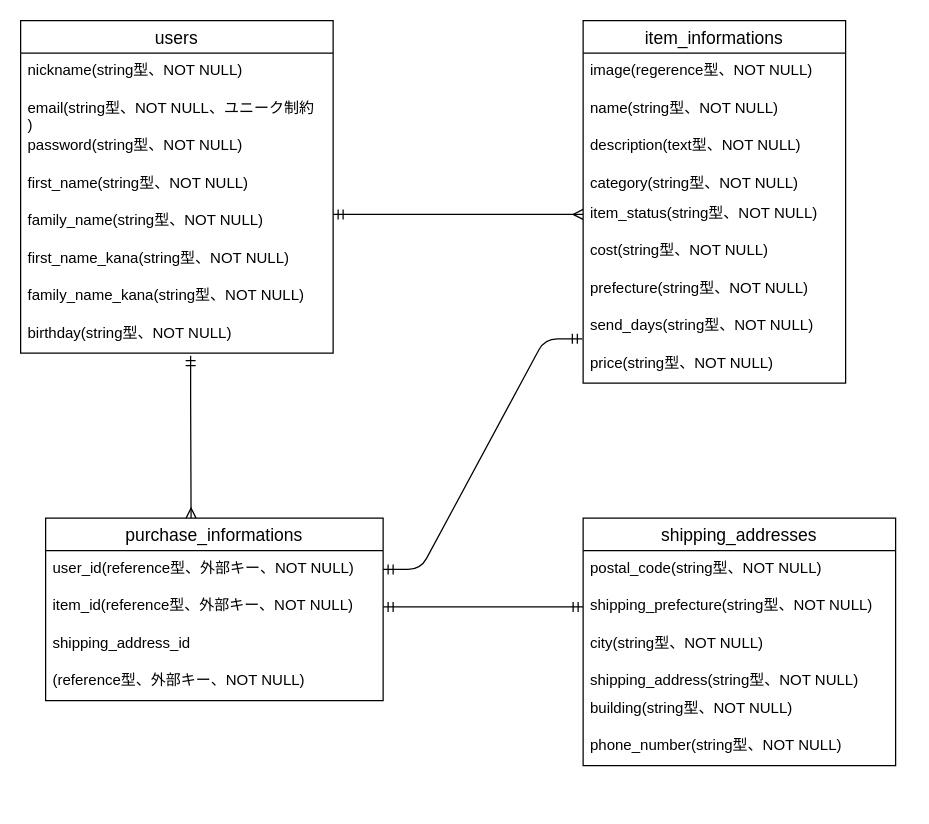
Before: er.dio in ina-gaki/furima-37939, a draw.io diagram. Source tidied: cells renumbered, new cells numbered last; positions are measured from the earlier drawing's top-left corner, leaving out a move shared by most shapes. Both pictures are drawn from the tidied source at 125%, with x=0, y=0 at pixel (20, 20).
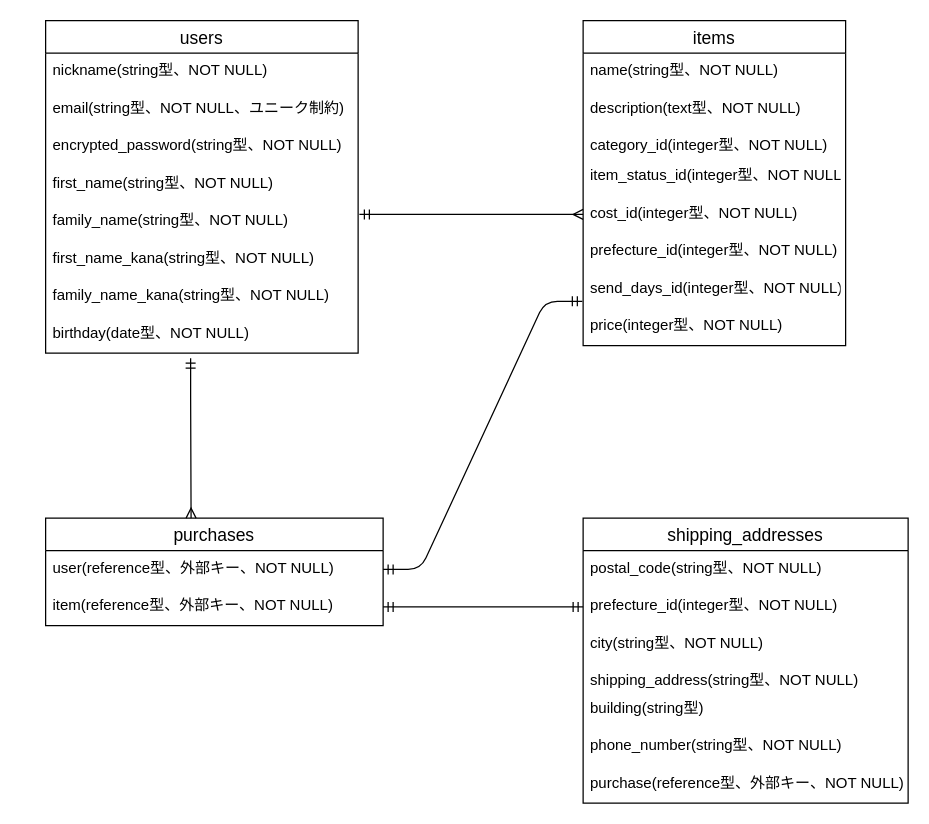
After the change.

Commit message (it also covers changes not shown here):
ER図、READMEファイル修正

The change refers to these unchanged cells:
```xml
<mxCell id="7" value="family_name(string型、NOT NULL)" style="text;strokeColor=none;fillColor=none;spacingLeft=4;spacingRight=4;overflow=hidden;points=[[0,0.5],[1,0.5]];portConstraint=eastwest;fontSize=12;" parent="2" vertex="1">
  <mxGeometry y="146" width="250" height="30" as="geometry" />
</mxCell>
```

Change to the diagram source:
```diff
@@
     <mxCell id="2" value="users" style="swimlane;fontStyle=0;horizontal=1;startSize=26;align=center;fontSize=14;" parent="1" vertex="1">
-      <mxGeometry width="250" height="266" as="geometry" />
+      <mxGeometry x="20" width="250" height="266" as="geometry" />
     </mxCell>
@@
-    <mxCell id="4" value="email(string型、NOT NULL、ユニーク制約&#10;)" style="text;strokeColor=none;fillColor=none;spacingLeft=4;spacingRight=4;overflow=hidden;fontSize=12;" parent="2" vertex="1">
+    <mxCell id="4" value="email(string型、NOT NULL、ユニーク制約)" style="text;strokeColor=none;fillColor=none;spacingLeft=4;spacingRight=4;overflow=hidden;fontSize=12;" parent="2" vertex="1">
       <mxGeometry y="56" width="250" height="30" as="geometry" />
     </mxCell>
-    <mxCell id="5" value="password(string型、NOT NULL)" style="text;strokeColor=none;fillColor=none;spacingLeft=4;spacingRight=4;overflow=hidden;fontSize=12;" parent="2" vertex="1">
+    <mxCell id="5" value="encrypted_password(string型、NOT NULL)" style="text;strokeColor=none;fillColor=none;spacingLeft=4;spacingRight=4;overflow=hidden;fontSize=12;" parent="2" vertex="1">
       <mxGeometry y="86" width="250" height="30" as="geometry" />
     </mxCell>
@@
-    <mxCell id="10" value="birthday(string型、NOT NULL)" style="text;strokeColor=none;fillColor=none;spacingLeft=4;spacingRight=4;overflow=hidden;points=[[0,0.5],[1,0.5]];portConstraint=eastwest;fontSize=12;" parent="2" vertex="1">
+    <mxCell id="10" value="birthday(date型、NOT NULL)" style="text;strokeColor=none;fillColor=none;spacingLeft=4;spacingRight=4;overflow=hidden;points=[[0,0.5],[1,0.5]];portConstraint=eastwest;fontSize=12;" parent="2" vertex="1">
       <mxGeometry y="236" width="250" height="30" as="geometry" />
     </mxCell>
-    <mxCell id="11" value="item_informations" style="swimlane;fontStyle=0;horizontal=1;startSize=26;align=center;fontSize=14;" parent="1" vertex="1">
-      <mxGeometry x="450" width="210" height="290" as="geometry" />
+    <mxCell id="11" value="items" style="swimlane;fontStyle=0;horizontal=1;startSize=26;align=center;fontSize=14;" parent="1" vertex="1">
+      <mxGeometry x="450" width="210" height="260" as="geometry" />
     </mxCell>
-    <mxCell id="12" value="image(regerence型、NOT NULL)" style="text;strokeColor=none;fillColor=none;spacingLeft=4;spacingRight=4;overflow=hidden;fontSize=12;" parent="11" vertex="1">
-      <mxGeometry y="26" width="210" height="30" as="geometry" />
-    </mxCell>
     <mxCell id="13" value="name(string型、NOT NULL)" style="text;strokeColor=none;fillColor=none;spacingLeft=4;spacingRight=4;overflow=hidden;fontSize=12;" parent="11" vertex="1">
-      <mxGeometry y="56" width="210" height="30" as="geometry" />
+      <mxGeometry y="26" width="210" height="30" as="geometry" />
     </mxCell>
     <mxCell id="14" value="description(text型、NOT NULL)" style="text;strokeColor=none;fillColor=none;spacingLeft=4;spacingRight=4;overflow=hidden;fontSize=12;" parent="11" vertex="1">
-      <mxGeometry y="86" width="210" height="30" as="geometry" />
+      <mxGeometry y="56" width="210" height="30" as="geometry" />
     </mxCell>
-    <mxCell id="15" value="category(string型、NOT NULL)" style="text;strokeColor=none;fillColor=none;spacingLeft=4;spacingRight=4;overflow=hidden;fontSize=12;" parent="11" vertex="1">
-      <mxGeometry y="116" width="210" height="24" as="geometry" />
+    <mxCell id="15" value="category_id(integer型、NOT NULL)" style="text;strokeColor=none;fillColor=none;spacingLeft=4;spacingRight=4;overflow=hidden;fontSize=12;" parent="11" vertex="1">
+      <mxGeometry y="86" width="210" height="24" as="geometry" />
     </mxCell>
-    <mxCell id="16" value="item_status(string型、NOT NULL)" style="text;strokeColor=none;fillColor=none;spacingLeft=4;spacingRight=4;overflow=hidden;points=[[0,0.5],[1,0.5]];portConstraint=eastwest;fontSize=12;" parent="11" vertex="1">
-      <mxGeometry y="140" width="210" height="30" as="geometry" />
+    <mxCell id="16" value="item_status_id(integer型、NOT NULL)" style="text;strokeColor=none;fillColor=none;spacingLeft=4;spacingRight=4;overflow=hidden;points=[[0,0.5],[1,0.5]];portConstraint=eastwest;fontSize=12;" parent="11" vertex="1">
+      <mxGeometry y="110" width="210" height="30" as="geometry" />
     </mxCell>
-    <mxCell id="17" value="cost(string型、NOT NULL)" style="text;strokeColor=none;fillColor=none;spacingLeft=4;spacingRight=4;overflow=hidden;points=[[0,0.5],[1,0.5]];portConstraint=eastwest;fontSize=12;" parent="11" vertex="1">
-      <mxGeometry y="170" width="210" height="30" as="geometry" />
+    <mxCell id="17" value="cost_id(integer型、NOT NULL)" style="text;strokeColor=none;fillColor=none;spacingLeft=4;spacingRight=4;overflow=hidden;points=[[0,0.5],[1,0.5]];portConstraint=eastwest;fontSize=12;" parent="11" vertex="1">
+      <mxGeometry y="140" width="210" height="30" as="geometry" />
     </mxCell>
-    <mxCell id="18" value="prefecture(string型、NOT NULL)" style="text;strokeColor=none;fillColor=none;spacingLeft=4;spacingRight=4;overflow=hidden;fontSize=12;" parent="11" vertex="1">
-      <mxGeometry y="200" width="210" height="30" as="geometry" />
+    <mxCell id="18" value="prefecture_id(integer型、NOT NULL)" style="text;strokeColor=none;fillColor=none;spacingLeft=4;spacingRight=4;overflow=hidden;fontSize=12;" parent="11" vertex="1">
+      <mxGeometry y="170" width="210" height="30" as="geometry" />
     </mxCell>
-    <mxCell id="19" value="send_days(string型、NOT NULL)" style="text;strokeColor=none;fillColor=none;spacingLeft=4;spacingRight=4;overflow=hidden;points=[[0,0.5],[1,0.5]];portConstraint=eastwest;fontSize=12;" parent="11" vertex="1">
-      <mxGeometry y="230" width="210" height="30" as="geometry" />
+    <mxCell id="19" value="send_days_id(integer型、NOT NULL)" style="text;strokeColor=none;fillColor=none;spacingLeft=4;spacingRight=4;overflow=hidden;points=[[0,0.5],[1,0.5]];portConstraint=eastwest;fontSize=12;" parent="11" vertex="1">
+      <mxGeometry y="200" width="210" height="30" as="geometry" />
     </mxCell>
-    <mxCell id="20" value="price(string型、NOT NULL)" style="text;strokeColor=none;fillColor=none;spacingLeft=4;spacingRight=4;overflow=hidden;fontSize=12;" parent="11" vertex="1">
-      <mxGeometry y="260" width="210" height="30" as="geometry" />
+    <mxCell id="20" value="price(integer型、NOT NULL)" style="text;strokeColor=none;fillColor=none;spacingLeft=4;spacingRight=4;overflow=hidden;fontSize=12;" parent="11" vertex="1">
+      <mxGeometry y="230" width="210" height="30" as="geometry" />
     </mxCell>
-    <mxCell id="21" value="purchase_informations" style="swimlane;fontStyle=0;horizontal=1;startSize=26;align=center;fontSize=14;" parent="1" vertex="1">
-      <mxGeometry x="20" y="398" width="270" height="146" as="geometry" />
+    <mxCell id="21" value="purchases" style="swimlane;fontStyle=0;horizontal=1;startSize=26;align=center;fontSize=14;" parent="1" vertex="1">
+      <mxGeometry x="20" y="398" width="270" height="86" as="geometry" />
     </mxCell>
-    <mxCell id="22" value="user_id(reference型、外部キー、NOT NULL)" style="text;strokeColor=none;fillColor=none;spacingLeft=4;spacingRight=4;overflow=hidden;points=[[0,0.5],[1,0.5]];portConstraint=eastwest;fontSize=12;" parent="21" vertex="1">
+    <mxCell id="22" value="user(reference型、外部キー、NOT NULL)" style="text;strokeColor=none;fillColor=none;spacingLeft=4;spacingRight=4;overflow=hidden;points=[[0,0.5],[1,0.5]];portConstraint=eastwest;fontSize=12;" parent="21" vertex="1">
       <mxGeometry y="26" width="270" height="30" as="geometry" />
     </mxCell>
-    <mxCell id="23" value="item_id(reference型、外部キー、NOT NULL)" style="text;strokeColor=none;fillColor=none;spacingLeft=4;spacingRight=4;overflow=hidden;points=[[0,0.5],[1,0.5]];portConstraint=eastwest;fontSize=12;" parent="21" vertex="1">
+    <mxCell id="23" value="item(reference型、外部キー、NOT NULL)" style="text;strokeColor=none;fillColor=none;spacingLeft=4;spacingRight=4;overflow=hidden;points=[[0,0.5],[1,0.5]];portConstraint=eastwest;fontSize=12;" parent="21" vertex="1">
       <mxGeometry y="56" width="270" height="30" as="geometry" />
     </mxCell>
-    <mxCell id="24" value="shipping_address_id" style="text;strokeColor=none;fillColor=none;spacingLeft=4;spacingRight=4;overflow=hidden;fontSize=12;" parent="21" vertex="1">
-      <mxGeometry y="86" width="270" height="30" as="geometry" />
-    </mxCell>
-    <mxCell id="25" value="(reference型、外部キー、NOT NULL)" style="text;strokeColor=none;fillColor=none;spacingLeft=4;spacingRight=4;overflow=hidden;fontSize=12;" parent="21" vertex="1">
-      <mxGeometry y="116" width="270" height="30" as="geometry" />
-    </mxCell>
     <mxCell id="26" value="shipping_addresses" style="swimlane;fontStyle=0;horizontal=1;startSize=26;align=center;fontSize=14;" parent="1" vertex="1">
-      <mxGeometry x="450" y="398" width="250" height="198" as="geometry" />
+      <mxGeometry x="450" y="398" width="260" height="228" as="geometry" />
     </mxCell>
     <mxCell id="27" value="postal_code(string型、NOT NULL)" style="text;strokeColor=none;fillColor=none;spacingLeft=4;spacingRight=4;overflow=hidden;fontSize=12;" parent="26" vertex="1">
-      <mxGeometry y="26" width="250" height="30" as="geometry" />
+      <mxGeometry y="26" width="260" height="30" as="geometry" />
     </mxCell>
-    <mxCell id="28" value="shipping_prefecture(string型、NOT NULL)" style="text;strokeColor=none;fillColor=none;spacingLeft=4;spacingRight=4;overflow=hidden;points=[[0,0.5],[1,0.5]];portConstraint=eastwest;fontSize=12;" parent="26" vertex="1">
-      <mxGeometry y="56" width="250" height="30" as="geometry" />
+    <mxCell id="28" value="prefecture_id(integer型、NOT NULL)" style="text;strokeColor=none;fillColor=none;spacingLeft=4;spacingRight=4;overflow=hidden;points=[[0,0.5],[1,0.5]];portConstraint=eastwest;fontSize=12;" parent="26" vertex="1">
+      <mxGeometry y="56" width="260" height="30" as="geometry" />
     </mxCell>
     <mxCell id="29" value="city(string型、NOT NULL)" style="text;strokeColor=none;fillColor=none;spacingLeft=4;spacingRight=4;overflow=hidden;fontSize=12;" parent="26" vertex="1">
-      <mxGeometry y="86" width="250" height="30" as="geometry" />
+      <mxGeometry y="86" width="260" height="30" as="geometry" />
     </mxCell>
     <mxCell id="30" value="shipping_address(string型、NOT NULL)" style="text;strokeColor=none;fillColor=none;spacingLeft=4;spacingRight=4;overflow=hidden;fontSize=12;" parent="26" vertex="1">
-      <mxGeometry y="116" width="250" height="22" as="geometry" />
+      <mxGeometry y="116" width="260" height="22" as="geometry" />
     </mxCell>
-    <mxCell id="31" value="building(string型、NOT NULL)" style="text;strokeColor=none;fillColor=none;spacingLeft=4;spacingRight=4;overflow=hidden;fontSize=12;" parent="26" vertex="1">
-      <mxGeometry y="138" width="250" height="30" as="geometry" />
+    <mxCell id="31" value="building(string型)" style="text;strokeColor=none;fillColor=none;spacingLeft=4;spacingRight=4;overflow=hidden;fontSize=12;" parent="26" vertex="1">
+      <mxGeometry y="138" width="260" height="30" as="geometry" />
     </mxCell>
     <mxCell id="32" value="phone_number(string型、NOT NULL)" style="text;strokeColor=none;fillColor=none;spacingLeft=4;spacingRight=4;overflow=hidden;fontSize=12;" parent="26" vertex="1">
-      <mxGeometry y="168" width="250" height="30" as="geometry" />
+      <mxGeometry y="168" width="260" height="30" as="geometry" />
     </mxCell>
+    <mxCell id="37" value="purchase(reference型、外部キー、NOT NULL)" style="text;strokeColor=none;fillColor=none;spacingLeft=4;spacingRight=4;overflow=hidden;fontSize=12;" parent="26" vertex="1">
+      <mxGeometry y="198" width="260" height="30" as="geometry" />
+    </mxCell>
@@
-    <mxCell id="35" style="edgeStyle=entityRelationEdgeStyle;fontSize=12;html=1;endArrow=ERmany;startArrow=ERmandOne;entryX=0;entryY=0.5;entryDx=0;entryDy=0;jumpSize=6;strokeWidth=1;targetPerimeterSpacing=0;jumpStyle=none;endFill=0;" parent="1" edge="1" target="16">
-      <mxGeometry relative="1" as="geometry">
-        <mxPoint x="250" y="155" as="sourcePoint" />
-      </mxGeometry>
+    <mxCell id="35" style="edgeStyle=entityRelationEdgeStyle;fontSize=12;html=1;endArrow=ERmany;startArrow=ERmandOne;entryX=0;entryY=0.5;entryDx=0;entryDy=0;jumpSize=6;strokeWidth=1;targetPerimeterSpacing=0;jumpStyle=none;endFill=0;exitX=1.004;exitY=0.3;exitDx=0;exitDy=0;exitPerimeter=0;" parent="1" edge="1" source="7" target="17">
+      <mxGeometry relative="1" as="geometry" />
     </mxCell>
-    <mxCell id="36" style="endArrow=ERmany;html=1;rounded=0;entryX=0.431;entryY=0;entryDx=0;entryDy=0;entryPerimeter=0;endFill=0;startArrow=ERmandOne;startFill=0;exitX=0.544;exitY=1.067;exitDx=0;exitDy=0;exitPerimeter=0;" parent="1" edge="1" source="10" target="21">
+    <mxCell id="36" style="endArrow=ERmany;html=1;rounded=0;entryX=0.431;entryY=0;entryDx=0;entryDy=0;entryPerimeter=0;endFill=0;startArrow=ERmandOne;startFill=0;" parent="1" edge="1" target="21">
       <mxGeometry relative="1" as="geometry">
+        <mxPoint x="136" y="270" as="sourcePoint" />
         <Array as="points">
           <mxPoint x="136" y="300" />
         </Array>
       </mxGeometry>
     </mxCell>
```
